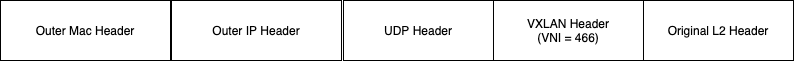
Before: doc/images/tunnelOffload/vxlanPacket.png, a diagram exported from draw.io (omriperi/sessionOffload). Source tidied: cells renumbered, new cells last; positions are measured from the earlier drawing's top-left corner, leaving out a move shared by most shapes. The source it was exported from:
```xml
<mxGraphModel>
  <root>
    <mxCell id="0" />
    <mxCell id="1" parent="0" />
    <mxCell id="2" value="UDP Header" style="rounded=0;whiteSpace=wrap;html=1;" parent="1" vertex="1">
      <mxGeometry x="343" width="150" height="60" as="geometry" />
    </mxCell>
    <mxCell id="3" value="Outer Mac Header" style="rounded=0;whiteSpace=wrap;html=1;" parent="1" vertex="1">
      <mxGeometry width="170" height="60" as="geometry" />
    </mxCell>
    <mxCell id="4" value="Outer IP Header" style="rounded=0;whiteSpace=wrap;html=1;" parent="1" vertex="1">
      <mxGeometry x="171" width="170" height="60" as="geometry" />
    </mxCell>
    <mxCell id="5" value="VXLAN Header&lt;br&gt;(VNI = 466)" style="rounded=0;whiteSpace=wrap;html=1;" parent="1" vertex="1">
      <mxGeometry x="493" width="150" height="60" as="geometry" />
    </mxCell>
    <mxCell id="6" value="Original L2 Header" style="rounded=0;whiteSpace=wrap;html=1;" parent="1" vertex="1">
      <mxGeometry x="643" width="150" height="60" as="geometry" />
    </mxCell>
  </root>
</mxGraphModel>
```
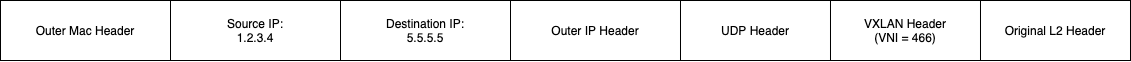
Above is the later version.

Diff of the diagram source:
```diff
@@ -6,10 +6,10 @@
       <mxGeometry x="343" width="150" height="60" as="geometry" />
     </mxCell>
     <mxCell id="3" value="Outer Mac Header" style="rounded=0;whiteSpace=wrap;html=1;" parent="1" vertex="1">
-      <mxGeometry width="170" height="60" as="geometry" />
+      <mxGeometry x="-337" width="170" height="60" as="geometry" />
     </mxCell>
-    <mxCell id="4" value="Outer IP Header" style="rounded=0;whiteSpace=wrap;html=1;" parent="1" vertex="1">
-      <mxGeometry x="171" width="170" height="60" as="geometry" />
+    <mxCell id="4" value="Source IP:&lt;br&gt;1.2.3.4" style="rounded=0;whiteSpace=wrap;html=1;" parent="1" vertex="1">
+      <mxGeometry x="-167" width="170" height="60" as="geometry" />
     </mxCell>
     <mxCell id="5" value="VXLAN Header&lt;br&gt;(VNI = 466)" style="rounded=0;whiteSpace=wrap;html=1;" parent="1" vertex="1">
       <mxGeometry x="493" width="150" height="60" as="geometry" />
@@ -17,5 +17,11 @@
     <mxCell id="6" value="Original L2 Header" style="rounded=0;whiteSpace=wrap;html=1;" parent="1" vertex="1">
       <mxGeometry x="643" width="150" height="60" as="geometry" />
     </mxCell>
+    <mxCell id="7" value="Outer IP Header" style="rounded=0;whiteSpace=wrap;html=1;" parent="1" vertex="1">
+      <mxGeometry x="173" width="170" height="60" as="geometry" />
+    </mxCell>
+    <mxCell id="8" value="Destination IP:&lt;br&gt;5.5.5.5" style="rounded=0;whiteSpace=wrap;html=1;" parent="1" vertex="1">
+      <mxGeometry x="3" width="170" height="60" as="geometry" />
+    </mxCell>
   </root>
 </mxGraphModel>
```
